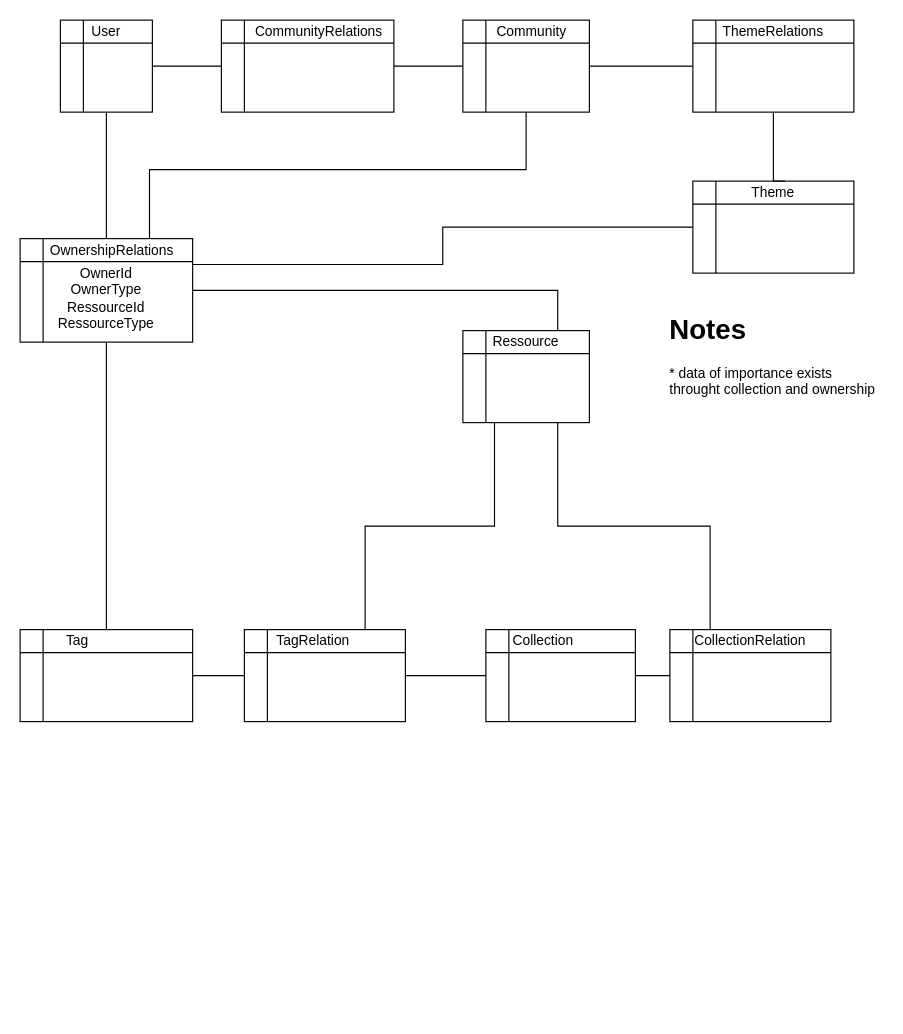
The draw.io diagram page "single-ownership-table" (1 of 4) of documentation/assets/drawio/architecture2.drawio in Canadian-Geospatial-Platform/relations-system, before the edit. Source tidied: cells renumbered, new cells numbered last; positions are measured from the earlier drawing's top-left corner, leaving out a move shared by most shapes. Both pictures are drawn from the tidied source at 115%, with x=0, y=0 at pixel (20, 20).
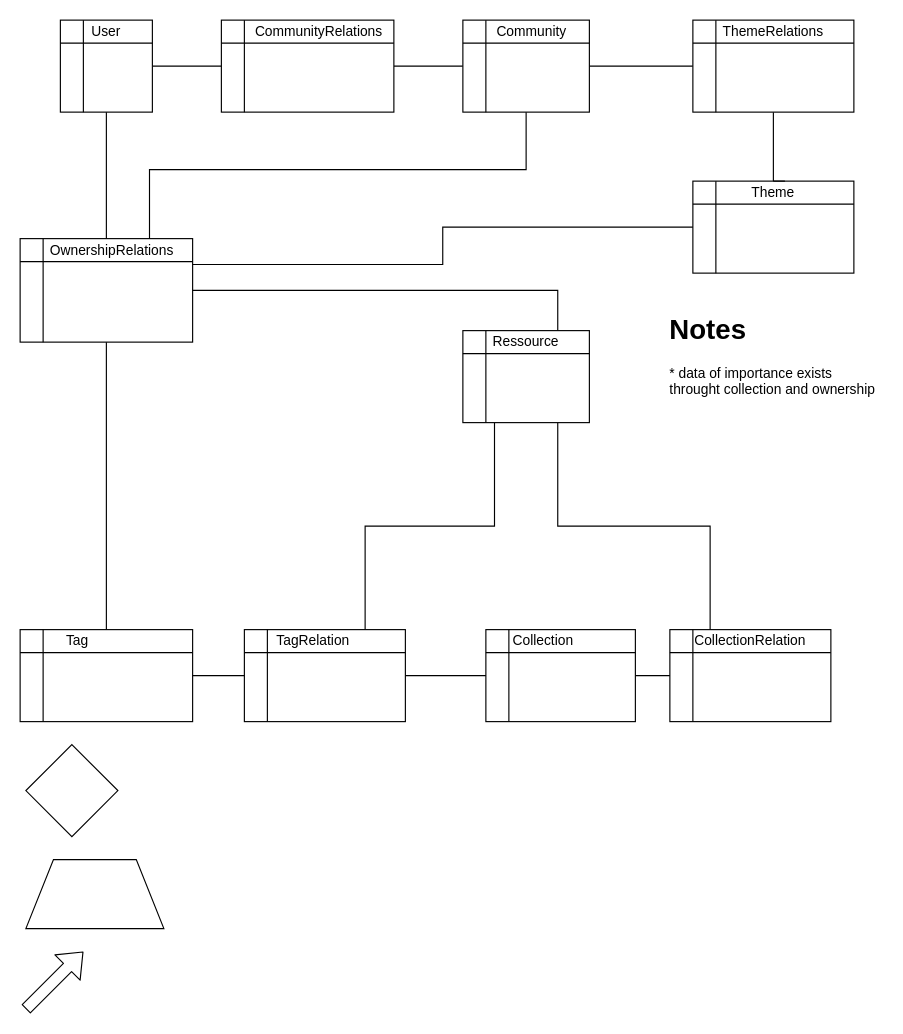
After the change.

The change refers to these unchanged cells:
```xml
<mxCell id="41" style="group;" parent="40" vertex="1">
  <mxGeometry width="150" height="90" as="geometry" />
</mxCell>
```

Change to the diagram source:
```diff
@@
-    <mxCell id="42" value="&lt;br&gt;OwnerId&lt;br&gt;OwnerType&lt;br&gt;RessourceId&lt;br&gt;RessourceType" style="shape=internalStorage;whiteSpace=wrap;html=1;backgroundOutline=1;" parent="41" vertex="1">
+    <mxCell id="42" style="shape=internalStorage;whiteSpace=wrap;html=1;backgroundOutline=1;" parent="41" vertex="1">
       <mxGeometry width="150" height="90" as="geometry" />
     </mxCell>
@@
+    <mxCell id="54" style="rhombus;whiteSpace=wrap;html=1;" parent="1" vertex="1">
+      <mxGeometry x="5" y="630" width="80" height="80" as="geometry" />
+    </mxCell>
+    <mxCell id="55" style="shape=trapezoid;perimeter=trapezoidPerimeter;whiteSpace=wrap;html=1;" parent="1" vertex="1">
+      <mxGeometry x="5" y="730" width="120" height="60" as="geometry" />
+    </mxCell>
+    <mxCell id="56" style="shape=flexArrow;endArrow=classic;html=1;" parent="1" edge="1">
+      <mxGeometry relative="1" as="geometry">
+        <mxPoint x="5" y="860" as="sourcePoint" />
+        <mxPoint x="55" y="810" as="targetPoint" />
+      </mxGeometry>
+    </mxCell>
```
